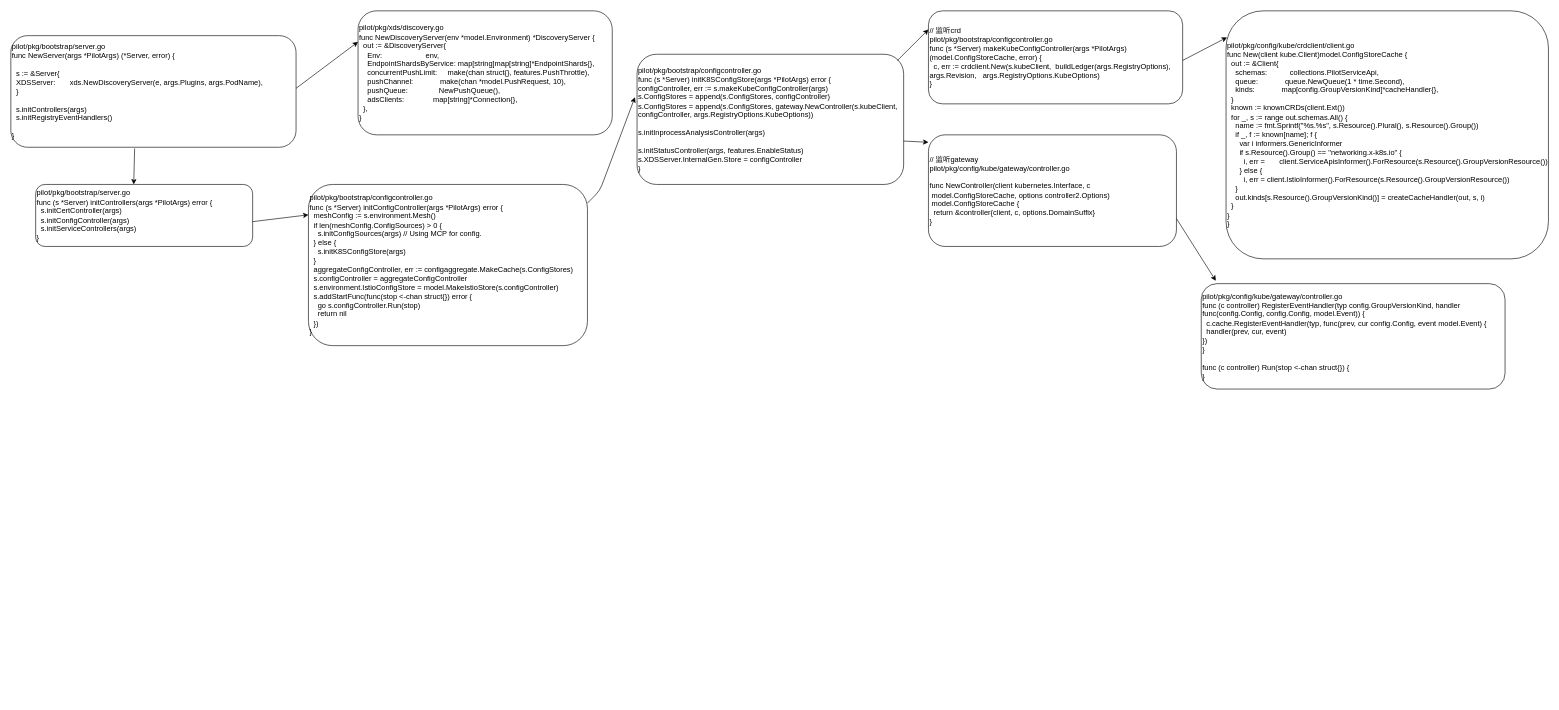
Before: istio_pilot.drawio in bjqhfd/draw, a draw.io diagram. Source tidied: cells renumbered, new cells numbered last; positions are measured from the earlier drawing's top-left corner, leaving out a move shared by most shapes. Both pictures are drawn from the tidied source at 62%, with x=0, y=0 at pixel (11, 11).
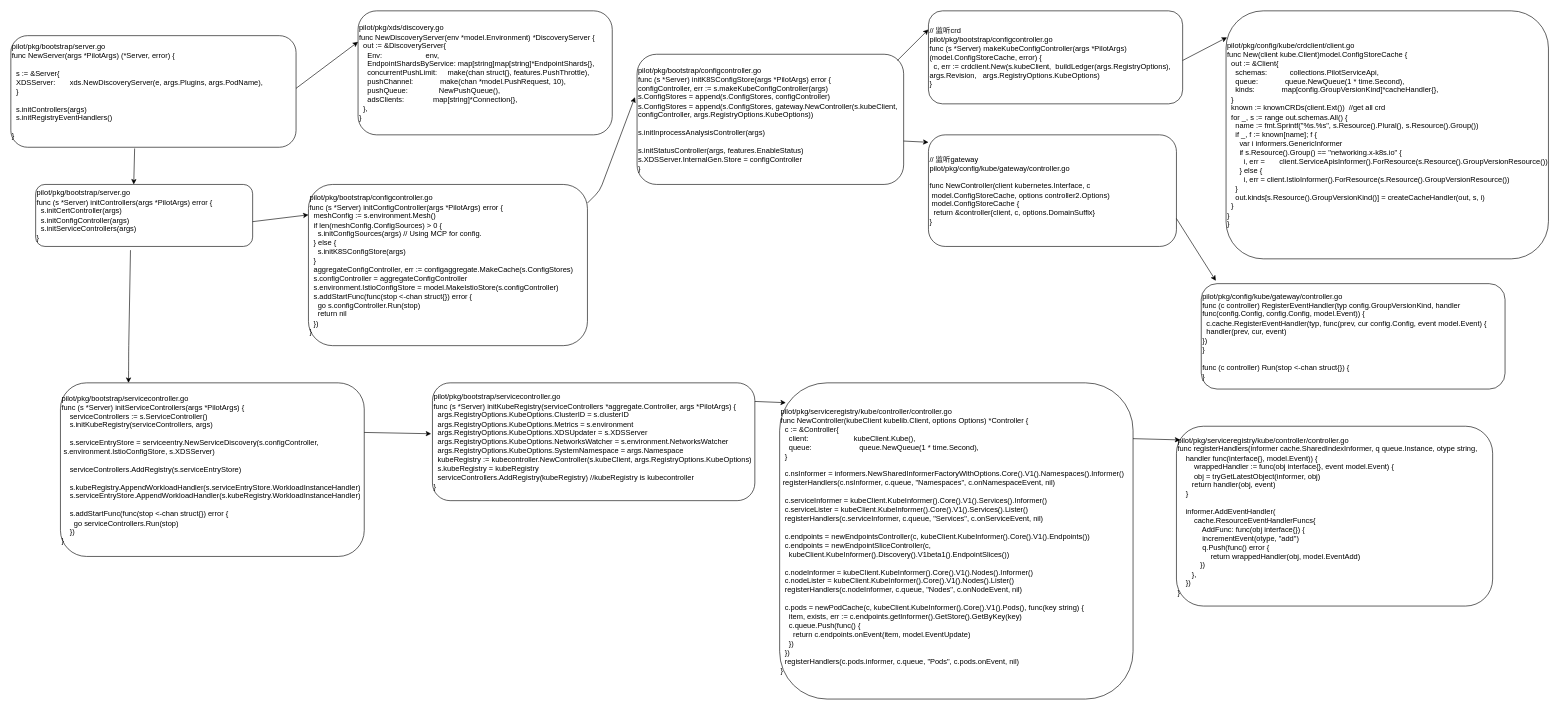
Above is the later version.

Unchanged cells that the change refers to:
```xml
<mxCell id="4" value="pilot/pkg/bootstrap/server.go&lt;br&gt;&lt;div&gt;func (s *Server) initControllers(args *PilotArgs) error {&lt;/div&gt;&lt;div&gt;&amp;nbsp; s.initCertController(args)&lt;/div&gt;&lt;div&gt;&amp;nbsp; s.initConfigController(args)&lt;/div&gt;&lt;div&gt;&amp;nbsp; s.initServiceControllers(args)&lt;/div&gt;&lt;div&gt;}&lt;/div&gt;" style="rounded=1;whiteSpace=wrap;html=1;align=left;" parent="1" vertex="1">
  <mxGeometry x="40" y="280" width="350" height="100" as="geometry" />
</mxCell>
```

Diff of the diagram source:
```diff
@@
-    <mxCell id="13" value="pilot/pkg/config/kube/crdclient/client.go&lt;br&gt;&lt;div&gt;func New(client kube.Client)model.ConfigStoreCache {&lt;/div&gt;&lt;div&gt;&lt;span&gt;&lt;/span&gt;&amp;nbsp; out := &amp;amp;Client{&lt;/div&gt;&lt;div&gt;&lt;span&gt;&lt;/span&gt;&amp;nbsp; &amp;nbsp; schemas:&amp;nbsp; &amp;nbsp; &amp;nbsp; &amp;nbsp; &amp;nbsp; &amp;nbsp;collections.PilotServiceApi,&lt;/div&gt;&lt;div&gt;&lt;span&gt;&lt;/span&gt;&amp;nbsp; &amp;nbsp; queue:&amp;nbsp; &amp;nbsp; &amp;nbsp; &amp;nbsp; &amp;nbsp; &amp;nbsp; &amp;nbsp;queue.NewQueue(1 * time.Second),&lt;/div&gt;&lt;div&gt;&lt;span&gt;&lt;/span&gt;&amp;nbsp; &amp;nbsp; kinds:&amp;nbsp; &amp;nbsp; &amp;nbsp; &amp;nbsp; &amp;nbsp; &amp;nbsp; &amp;nbsp;map[config.GroupVersionKind]*cacheHandler{},&lt;/div&gt;&lt;div&gt;&lt;span&gt;&lt;/span&gt;&amp;nbsp; }&lt;/div&gt;&lt;div&gt;&lt;span&gt;&lt;/span&gt;&amp;nbsp; known := knownCRDs(client.Ext())&lt;/div&gt;&lt;div&gt;&lt;span&gt;&lt;/span&gt;&amp;nbsp; for _, s := range out.schemas.All() {&lt;/div&gt;&lt;div&gt;&lt;span&gt;&lt;/span&gt;&amp;nbsp; &amp;nbsp; name := fmt.Sprintf(&quot;%s.%s&quot;, s.Resource().Plural(), s.Resource().Group())&lt;/div&gt;&lt;div&gt;&lt;span&gt;&lt;/span&gt;&amp;nbsp; &amp;nbsp; if _, f := known[name]; f {&lt;/div&gt;&lt;div&gt;&lt;span&gt;&lt;/span&gt;&amp;nbsp; &amp;nbsp; &amp;nbsp; var i informers.GenericInformer&lt;/div&gt;&lt;div&gt;&lt;span&gt;&lt;/span&gt;&amp;nbsp; &amp;nbsp; &amp;nbsp; if s.Resource().Group() == &quot;networking.x-k8s.io&quot; {&lt;/div&gt;&lt;div&gt;&lt;span&gt;&lt;/span&gt;&amp;nbsp; &amp;nbsp; &amp;nbsp; &amp;nbsp; i, err =&amp;nbsp; &amp;nbsp; &amp;nbsp; &amp;nbsp;client.ServiceApisInformer().ForResource(s.Resource().GroupVersionResource())&lt;/div&gt;&lt;div&gt;&lt;span&gt;&lt;/span&gt;&amp;nbsp; &amp;nbsp; &amp;nbsp; } else {&lt;/div&gt;&lt;div&gt;&lt;span&gt;&lt;/span&gt;&amp;nbsp; &amp;nbsp; &amp;nbsp; &amp;nbsp; i, err = client.IstioInformer().ForResource(s.Resource().GroupVersionResource())&lt;/div&gt;&lt;div&gt;&lt;span&gt;&lt;/span&gt;&amp;nbsp; &amp;nbsp; }&lt;/div&gt;&lt;div&gt;&lt;span&gt;&lt;/span&gt;&amp;nbsp; &amp;nbsp; out.kinds[s.Resource().GroupVersionKind()] = createCacheHandler(out, s, i)&lt;/div&gt;&lt;div&gt;&lt;span&gt;&lt;/span&gt;&amp;nbsp; }&lt;/div&gt;&lt;div&gt;&lt;span&gt; &lt;/span&gt;}&lt;/div&gt;&lt;div&gt;}&lt;/div&gt;" style="rounded=1;whiteSpace=wrap;html=1;align=left;" parent="1" vertex="1">
+    <mxCell id="13" value="pilot/pkg/config/kube/crdclient/client.go&lt;br&gt;&lt;div&gt;func New(client kube.Client)model.ConfigStoreCache {&lt;/div&gt;&lt;div&gt;&lt;span&gt;&lt;/span&gt;&amp;nbsp; out := &amp;amp;Client{&lt;/div&gt;&lt;div&gt;&lt;span&gt;&lt;/span&gt;&amp;nbsp; &amp;nbsp; schemas:&amp;nbsp; &amp;nbsp; &amp;nbsp; &amp;nbsp; &amp;nbsp; &amp;nbsp;collections.PilotServiceApi,&lt;/div&gt;&lt;div&gt;&lt;span&gt;&lt;/span&gt;&amp;nbsp; &amp;nbsp; queue:&amp;nbsp; &amp;nbsp; &amp;nbsp; &amp;nbsp; &amp;nbsp; &amp;nbsp; &amp;nbsp;queue.NewQueue(1 * time.Second),&lt;/div&gt;&lt;div&gt;&lt;span&gt;&lt;/span&gt;&amp;nbsp; &amp;nbsp; kinds:&amp;nbsp; &amp;nbsp; &amp;nbsp; &amp;nbsp; &amp;nbsp; &amp;nbsp; &amp;nbsp;map[config.GroupVersionKind]*cacheHandler{},&lt;/div&gt;&lt;div&gt;&lt;span&gt;&lt;/span&gt;&amp;nbsp; }&lt;/div&gt;&lt;div&gt;&lt;span&gt;&lt;/span&gt;&amp;nbsp; known := knownCRDs(client.Ext())&amp;nbsp; //get all crd&lt;/div&gt;&lt;div&gt;&lt;span&gt;&lt;/span&gt;&amp;nbsp; for _, s := range out.schemas.All() {&lt;/div&gt;&lt;div&gt;&lt;span&gt;&lt;/span&gt;&amp;nbsp; &amp;nbsp; name := fmt.Sprintf(&quot;%s.%s&quot;, s.Resource().Plural(), s.Resource().Group())&lt;/div&gt;&lt;div&gt;&lt;span&gt;&lt;/span&gt;&amp;nbsp; &amp;nbsp; if _, f := known[name]; f {&lt;/div&gt;&lt;div&gt;&lt;span&gt;&lt;/span&gt;&amp;nbsp; &amp;nbsp; &amp;nbsp; var i informers.GenericInformer&lt;/div&gt;&lt;div&gt;&lt;span&gt;&lt;/span&gt;&amp;nbsp; &amp;nbsp; &amp;nbsp; if s.Resource().Group() == &quot;networking.x-k8s.io&quot; {&lt;/div&gt;&lt;div&gt;&lt;span&gt;&lt;/span&gt;&amp;nbsp; &amp;nbsp; &amp;nbsp; &amp;nbsp; i, err =&amp;nbsp; &amp;nbsp; &amp;nbsp; &amp;nbsp;client.ServiceApisInformer().ForResource(s.Resource().GroupVersionResource())&lt;/div&gt;&lt;div&gt;&lt;span&gt;&lt;/span&gt;&amp;nbsp; &amp;nbsp; &amp;nbsp; } else {&lt;/div&gt;&lt;div&gt;&lt;span&gt;&lt;/span&gt;&amp;nbsp; &amp;nbsp; &amp;nbsp; &amp;nbsp; i, err = client.IstioInformer().ForResource(s.Resource().GroupVersionResource())&lt;/div&gt;&lt;div&gt;&lt;span&gt;&lt;/span&gt;&amp;nbsp; &amp;nbsp; }&lt;/div&gt;&lt;div&gt;&lt;span&gt;&lt;/span&gt;&amp;nbsp; &amp;nbsp; out.kinds[s.Resource().GroupVersionKind()] = createCacheHandler(out, s, i)&lt;/div&gt;&lt;div&gt;&lt;span&gt;&lt;/span&gt;&amp;nbsp; }&lt;/div&gt;&lt;div&gt;&lt;span&gt; &lt;/span&gt;}&lt;/div&gt;&lt;div&gt;}&lt;/div&gt;" style="rounded=1;whiteSpace=wrap;html=1;align=left;" parent="1" vertex="1">
       <mxGeometry x="1960" width="520" height="400" as="geometry" />
     </mxCell>
@@
+    <mxCell id="19" value="&lt;div&gt;pilot/pkg/bootstrap/servicecontroller.go&lt;/div&gt;&lt;div&gt;func (s *Server) initServiceControllers(args *PilotArgs) {&lt;/div&gt;&lt;div&gt;&lt;span&gt;&lt;/span&gt;&amp;nbsp; &amp;nbsp; serviceControllers := s.ServiceController()&lt;span&gt; &lt;/span&gt;&lt;/div&gt;&lt;div&gt;&lt;span&gt;&lt;/span&gt;&amp;nbsp; &amp;nbsp; s.initKubeRegistry(serviceControllers, args)&lt;/div&gt;&lt;div&gt;&lt;br&gt;&lt;/div&gt;&lt;div&gt;&lt;span&gt;&lt;/span&gt;&amp;nbsp; &amp;nbsp; s.serviceEntryStore = serviceentry.NewServiceDiscovery(s.configController,&amp;nbsp; &amp;nbsp; &amp;nbsp;s.environment.IstioConfigStore, s.XDSServer)&lt;/div&gt;&lt;div&gt;&lt;br&gt;&lt;/div&gt;&lt;div&gt;&lt;span&gt;&lt;/span&gt;&amp;nbsp; &amp;nbsp; serviceControllers.AddRegistry(s.serviceEntryStore)&lt;/div&gt;&lt;div&gt;&lt;br&gt;&lt;/div&gt;&lt;div&gt;&amp;nbsp; &amp;nbsp; s.kubeRegistry.AppendWorkloadHandler(s.serviceEntryStore.WorkloadInstanceHandler)&lt;/div&gt;&lt;div&gt;&lt;span&gt;&lt;/span&gt;&amp;nbsp; &amp;nbsp; s.serviceEntryStore.AppendWorkloadHandler(s.kubeRegistry.WorkloadInstanceHandler)&lt;/div&gt;&lt;div&gt;&lt;br&gt;&lt;/div&gt;&lt;div&gt;&lt;span&gt;&lt;/span&gt;&amp;nbsp; &amp;nbsp; s.addStartFunc(func(stop &amp;lt;-chan struct{}) error {&lt;/div&gt;&lt;div&gt;&lt;span&gt;&lt;/span&gt;&amp;nbsp; &amp;nbsp; &amp;nbsp; go serviceControllers.Run(stop)&lt;/div&gt;&lt;div&gt;&lt;span&gt;&lt;/span&gt;&amp;nbsp; &amp;nbsp; })&lt;/div&gt;&lt;div&gt;}&lt;/div&gt;" style="rounded=1;whiteSpace=wrap;html=1;align=left;" parent="1" vertex="1">
+      <mxGeometry x="80" y="600" width="490" height="280" as="geometry" />
+    </mxCell>
+    <mxCell id="20" style="endArrow=classic;html=1;entryX=0.224;entryY=0;entryDx=0;entryDy=0;entryPerimeter=0;exitX=0.437;exitY=1.06;exitDx=0;exitDy=0;exitPerimeter=0;" parent="1" edge="1" source="4" target="19">
+      <mxGeometry relative="1" as="geometry">
+        <Array as="points">
+          <mxPoint x="190" y="550" />
+          <mxPoint x="190" y="570" />
+        </Array>
+      </mxGeometry>
+    </mxCell>
+    <mxCell id="21" value="&lt;div&gt;pilot/pkg/bootstrap/servicecontroller.go&lt;/div&gt;&lt;div&gt;func (s *Server) initKubeRegistry(serviceControllers *aggregate.Controller, args *PilotArgs) {&lt;/div&gt;&lt;div&gt;&lt;span&gt;&lt;/span&gt;&amp;nbsp; args.RegistryOptions.KubeOptions.ClusterID = s.clusterID&lt;/div&gt;&lt;div&gt;&lt;span&gt;&lt;/span&gt;&amp;nbsp; args.RegistryOptions.KubeOptions.Metrics = s.environment&lt;/div&gt;&lt;div&gt;&lt;span&gt;&lt;/span&gt;&amp;nbsp; args.RegistryOptions.KubeOptions.XDSUpdater = s.XDSServer&lt;/div&gt;&lt;div&gt;&lt;span&gt;&lt;/span&gt;&amp;nbsp; args.RegistryOptions.KubeOptions.NetworksWatcher = s.environment.NetworksWatcher&lt;/div&gt;&lt;div&gt;&lt;span&gt;&lt;/span&gt;&amp;nbsp; args.RegistryOptions.KubeOptions.SystemNamespace = args.Namespace&lt;/div&gt;&lt;div&gt;&lt;span&gt;&lt;/span&gt;&amp;nbsp; kubeRegistry := kubecontroller.NewController(s.kubeClient, args.RegistryOptions.KubeOptions)&lt;/div&gt;&lt;div&gt;&lt;span&gt;&lt;/span&gt;&amp;nbsp; s.kubeRegistry = kubeRegistry&lt;/div&gt;&lt;div&gt;&lt;span&gt;&lt;/span&gt;&amp;nbsp; serviceControllers.AddRegistry(kubeRegistry) //kubeRegistry is kubecontroller&lt;/div&gt;&lt;div&gt;}&lt;/div&gt;" style="rounded=1;whiteSpace=wrap;html=1;align=left;" parent="1" vertex="1">
+      <mxGeometry x="680" y="600" width="520" height="190" as="geometry" />
+    </mxCell>
+    <mxCell id="22" value="&lt;div&gt;pilot/pkg/serviceregistry/kube/controller/controller.go&lt;/div&gt;&lt;div&gt;func NewController(kubeClient kubelib.Client, options Options) *Controller {&lt;/div&gt;&lt;div&gt;&lt;span&gt;&lt;/span&gt;&amp;nbsp; c := &amp;amp;Controller{&lt;/div&gt;&lt;div&gt;&lt;span&gt;&lt;/span&gt;&amp;nbsp; &amp;nbsp; client:&amp;nbsp; &amp;nbsp; &amp;nbsp; &amp;nbsp; &amp;nbsp; &amp;nbsp; &amp;nbsp; &amp;nbsp; &amp;nbsp; &amp;nbsp; &amp;nbsp; kubeClient.Kube(),&lt;/div&gt;&lt;div&gt;&lt;span&gt;&lt;/span&gt;&amp;nbsp; &amp;nbsp; queue:&amp;nbsp; &amp;nbsp; &amp;nbsp; &amp;nbsp; &amp;nbsp; &amp;nbsp; &amp;nbsp; &amp;nbsp; &amp;nbsp; &amp;nbsp; &amp;nbsp; &amp;nbsp;queue.NewQueue(1 * time.Second),&lt;/div&gt;&lt;div&gt;&lt;span&gt;&lt;/span&gt;&amp;nbsp; }&lt;/div&gt;&lt;div&gt;&lt;br&gt;&lt;/div&gt;&lt;div&gt;&amp;nbsp; c.nsInformer = informers.NewSharedInformerFactoryWithOptions.Core().V1().Namespaces().Informer()&lt;span&gt;&amp;nbsp; &amp;nbsp;registerHandlers(c.nsInformer, c.queue, &quot;Namespaces&quot;, c.onNamespaceEvent, nil)&lt;/span&gt;&lt;/div&gt;&lt;div&gt;&lt;br&gt;&lt;/div&gt;&lt;div&gt;&lt;span&gt;&lt;/span&gt;&amp;nbsp; c.serviceInformer = kubeClient.KubeInformer().Core().V1().Services().Informer()&lt;/div&gt;&lt;div&gt;&lt;span&gt;&lt;/span&gt;&amp;nbsp; c.serviceLister = kubeClient.KubeInformer().Core().V1().Services().Lister()&lt;/div&gt;&lt;div&gt;&lt;span&gt;&lt;/span&gt;&amp;nbsp; registerHandlers(c.serviceInformer, c.queue, &quot;Services&quot;, c.onServiceEvent, nil)&lt;/div&gt;&lt;div&gt;&lt;br&gt;&lt;/div&gt;&lt;div&gt;&lt;span&gt;&lt;/span&gt;&amp;nbsp; c.endpoints = newEndpointsController(c, kubeClient.KubeInformer().Core().V1().Endpoints())&lt;/div&gt;&lt;div&gt;&lt;span&gt;&lt;/span&gt;&amp;nbsp; c.endpoints = newEndpointSliceController(c,&amp;nbsp;&lt;/div&gt;&lt;div&gt;&lt;span&gt; &lt;/span&gt;&amp;nbsp; &amp;nbsp; kubeClient.KubeInformer().Discovery().V1beta1().EndpointSlices())&lt;/div&gt;&lt;div&gt;&lt;br&gt;&lt;/div&gt;&lt;div&gt;&lt;span&gt;&lt;/span&gt;&amp;nbsp; c.nodeInformer = kubeClient.KubeInformer().Core().V1().Nodes().Informer()&lt;/div&gt;&lt;div&gt;&lt;span&gt;&lt;/span&gt;&amp;nbsp; c.nodeLister = kubeClient.KubeInformer().Core().V1().Nodes().Lister()&lt;/div&gt;&lt;div&gt;&lt;span&gt;&lt;/span&gt;&amp;nbsp; registerHandlers(c.nodeInformer, c.queue, &quot;Nodes&quot;, c.onNodeEvent, nil)&lt;/div&gt;&lt;div&gt;&lt;br&gt;&lt;/div&gt;&lt;div&gt;&lt;span&gt;&lt;/span&gt;&amp;nbsp; c.pods = newPodCache(c, kubeClient.KubeInformer().Core().V1().Pods(), func(key string) {&lt;/div&gt;&lt;div&gt;&lt;span&gt;&lt;/span&gt;&amp;nbsp; &amp;nbsp; item, exists, err := c.endpoints.getInformer().GetStore().GetByKey(key)&lt;/div&gt;&lt;div&gt;&lt;span&gt;&lt;/span&gt;&amp;nbsp; &amp;nbsp; c.queue.Push(func() {&lt;/div&gt;&lt;div&gt;&lt;span&gt;&lt;/span&gt;&amp;nbsp; &amp;nbsp; &amp;nbsp; return c.endpoints.onEvent(item, model.EventUpdate)&lt;/div&gt;&lt;div&gt;&lt;span&gt;&lt;/span&gt;&amp;nbsp; &amp;nbsp; })&lt;/div&gt;&lt;div&gt;&lt;span&gt;&lt;/span&gt;&amp;nbsp; })&lt;/div&gt;&lt;div&gt;&lt;span&gt;&lt;/span&gt;&amp;nbsp; registerHandlers(c.pods.informer, c.queue, &quot;Pods&quot;, c.pods.onEvent, nil)&lt;/div&gt;&lt;div&gt;}&lt;/div&gt;" style="rounded=1;whiteSpace=wrap;html=1;align=left;" parent="1" vertex="1">
+      <mxGeometry x="1240" y="600" width="570" height="510" as="geometry" />
+    </mxCell>
+    <mxCell id="23" style="endArrow=classic;html=1;entryX=-0.004;entryY=0.432;entryDx=0;entryDy=0;entryPerimeter=0;" parent="1" edge="1" target="21">
+      <mxGeometry relative="1" as="geometry">
+        <mxPoint x="570" y="680" as="sourcePoint" />
+      </mxGeometry>
+    </mxCell>
+    <mxCell id="24" style="endArrow=classic;html=1;" parent="1" edge="1">
+      <mxGeometry relative="1" as="geometry">
+        <mxPoint x="1200" y="630" as="sourcePoint" />
+        <mxPoint x="1250" y="632" as="targetPoint" />
+      </mxGeometry>
+    </mxCell>
+    <mxCell id="25" value="&lt;div&gt;pilot/pkg/serviceregistry/kube/controller/controller.go&lt;/div&gt;&lt;div&gt;func registerHandlers(informer cache.SharedIndexInformer, q queue.Instance, otype string,&lt;/div&gt;&lt;div&gt;&lt;span&gt;&lt;/span&gt;&amp;nbsp; &amp;nbsp; handler func(interface{}, model.Event)) {&lt;/div&gt;&lt;div&gt;&lt;span&gt;&lt;/span&gt;&amp;nbsp; &amp;nbsp; &amp;nbsp; &amp;nbsp; wrappedHandler := func(obj interface{}, event model.Event) {&lt;/div&gt;&lt;div&gt;&lt;span&gt;&lt;/span&gt;&amp;nbsp; &amp;nbsp; &amp;nbsp; &amp;nbsp; obj = tryGetLatestObject(informer, obj)&lt;/div&gt;&lt;div&gt;&lt;span&gt;&lt;/span&gt;&amp;nbsp; &amp;nbsp; &amp;nbsp; &amp;nbsp;return handler(obj, event)&lt;/div&gt;&lt;div&gt;&lt;span&gt;&lt;/span&gt;&amp;nbsp; &amp;nbsp; }&lt;/div&gt;&lt;div&gt;&lt;br&gt;&lt;/div&gt;&lt;div&gt;&lt;span&gt;&lt;/span&gt;&amp;nbsp; &amp;nbsp; informer.AddEventHandler(&lt;/div&gt;&lt;div&gt;&lt;span&gt;&lt;/span&gt;&amp;nbsp; &amp;nbsp; &amp;nbsp; &amp;nbsp; cache.ResourceEventHandlerFuncs{&lt;/div&gt;&lt;div&gt;&lt;span&gt;&lt;/span&gt;&amp;nbsp; &amp;nbsp; &amp;nbsp; &amp;nbsp; &amp;nbsp; &amp;nbsp; AddFunc: func(obj interface{}) {&lt;/div&gt;&lt;div&gt;&lt;span&gt;&lt;/span&gt;&amp;nbsp; &amp;nbsp; &amp;nbsp; &amp;nbsp; &amp;nbsp; &amp;nbsp; incrementEvent(otype, &quot;add&quot;)&lt;/div&gt;&lt;div&gt;&lt;span&gt;&lt;/span&gt;&amp;nbsp; &amp;nbsp; &amp;nbsp; &amp;nbsp; &amp;nbsp; &amp;nbsp; q.Push(func() error {&lt;/div&gt;&lt;div&gt;&lt;span&gt;&lt;/span&gt;&amp;nbsp; &amp;nbsp; &amp;nbsp; &amp;nbsp; &amp;nbsp; &amp;nbsp; &amp;nbsp; &amp;nbsp; return wrappedHandler(obj, model.EventAdd)&lt;/div&gt;&lt;div&gt;&lt;span&gt;&lt;/span&gt;&amp;nbsp; &amp;nbsp; &amp;nbsp; &amp;nbsp; &amp;nbsp; &amp;nbsp;})&lt;/div&gt;&lt;div&gt;&lt;span&gt;&lt;/span&gt;&amp;nbsp; &amp;nbsp; &amp;nbsp; &amp;nbsp;},&lt;/div&gt;&lt;div&gt;&lt;span&gt;&lt;/span&gt;&amp;nbsp; &amp;nbsp; })&lt;/div&gt;&lt;div&gt;}&lt;/div&gt;" style="rounded=1;whiteSpace=wrap;html=1;align=left;" parent="1" vertex="1">
+      <mxGeometry x="1880" y="670" width="510" height="290" as="geometry" />
+    </mxCell>
+    <mxCell id="26" style="endArrow=classic;html=1;entryX=0.012;entryY=0.076;entryDx=0;entryDy=0;entryPerimeter=0;" parent="1" edge="1" target="25">
+      <mxGeometry relative="1" as="geometry">
+        <mxPoint x="1810" y="690" as="sourcePoint" />
+      </mxGeometry>
+    </mxCell>
```
